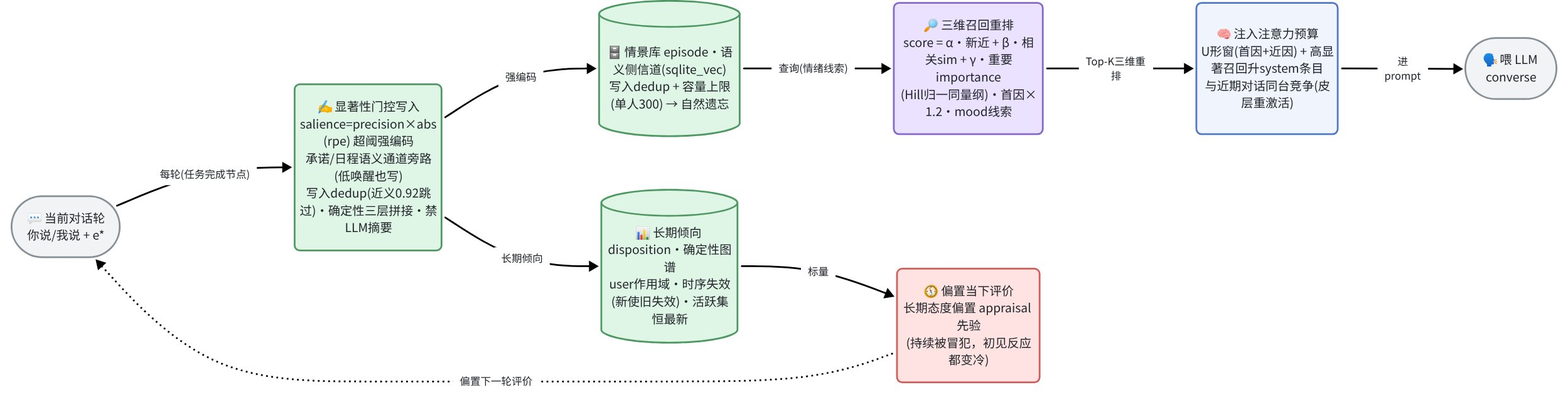
The Mermaid diagram docs/v2/memory-architecture.png in WizardHeHeJun/Zero, before a commit. Its source is kept beside it as docs/v2/memory-architecture.mmd.
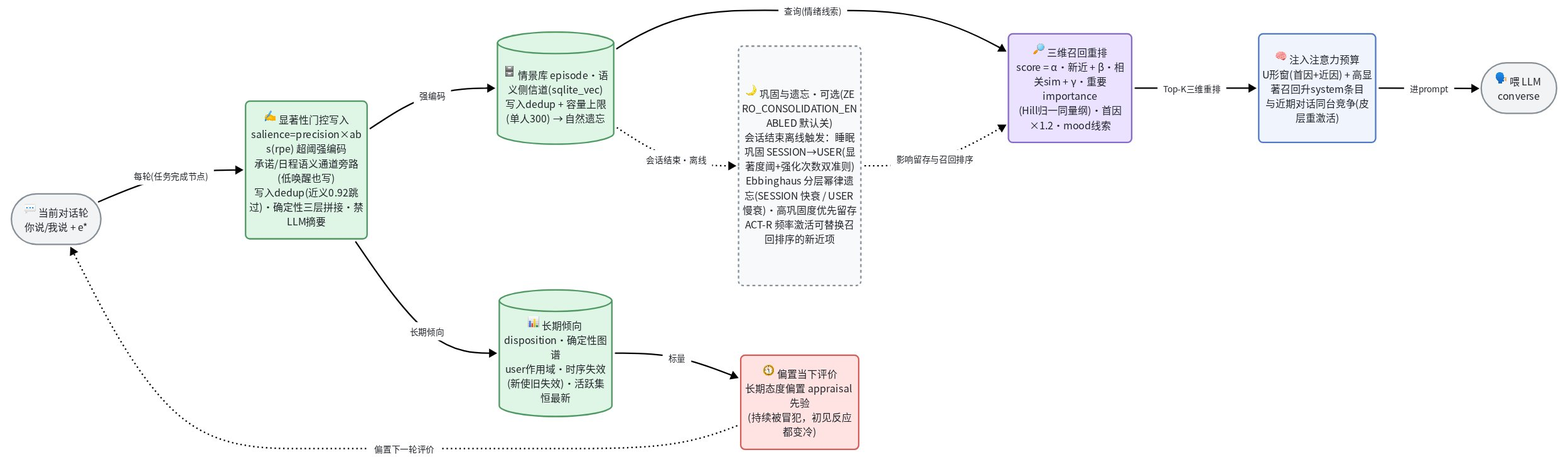
Later version of the same file.

Diff of the diagram source:
```diff
@@ -7,6 +7,7 @@
   llm(["🗣️ 喂 LLM converse"]):::terminal
   disposition[("📊 长期倾向 disposition·确定性图谱<br/>user作用域·时序失效(新使旧失效)·活跃集恒最新")]:::memory
   bias["🧭 偏置当下评价<br/>长期态度偏置 appraisal 先验<br/>(持续被冒犯，初见反应都变冷)"]:::engine
+  consol["🌙 巩固与遗忘·可选(ZERO_CONSOLIDATION_ENABLED 默认关)<br/>会话结束离线触发：睡眠巩固 SESSION→USER(显著度阈+强化次数双准则)<br/>Ebbinghaus 分层幂律遗忘(SESSION 快衰 / USER 慢衰)·高巩固度优先留存<br/>ACT-R 频率激活可替换召回排序的新近项"]:::muted
 
   turn -->|"每轮(任务完成节点)"| write
   write -->|"强编码"| episodes
@@ -16,9 +17,12 @@
   inject -->|"进prompt"| llm
   disposition -->|"标量"| bias
   bias -.->|"偏置下一轮评价"| turn
+  episodes -.->|"会话结束·离线"| consol
+  consol -.->|"影响留存与召回排序"| recall
 
   classDef terminal fill:#F1F3F5,stroke:#868E96,color:#1F2329
   classDef appraise fill:#F0F4FC,stroke:#5178C6,color:#1F2329
   classDef engine fill:#FEE3E2,stroke:#D25D5A,color:#1F2329
   classDef timescale fill:#EAE2FE,stroke:#8569CB,color:#1F2329
   classDef memory fill:#DFF5E5,stroke:#509863,color:#1F2329
+  classDef muted fill:#F8F9FA,stroke:#868E96,stroke-dasharray:5 5,color:#5C6370
```
